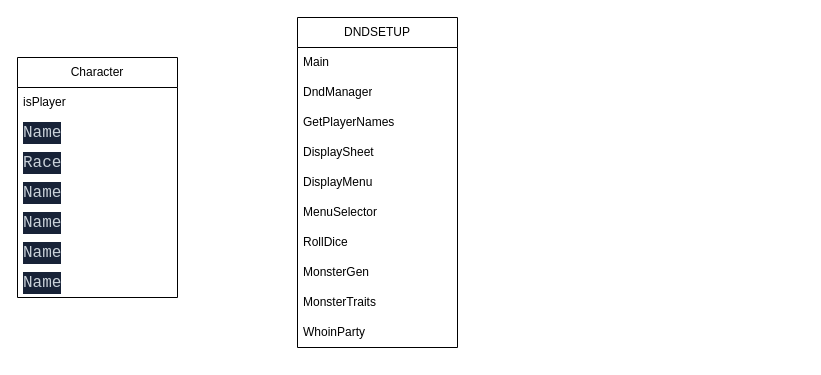
Sediupled/DnD_Setup keeps this draw.io diagram as Untitled Diagram.drawio. Above is the earlier version. Source tidied: cells renumbered, new cells numbered last; positions are measured from the earlier drawing's top-left corner, leaving out a move shared by most shapes. Both pictures are drawn from the tidied source at 100%, with x=0, y=0 at pixel (17, 17).
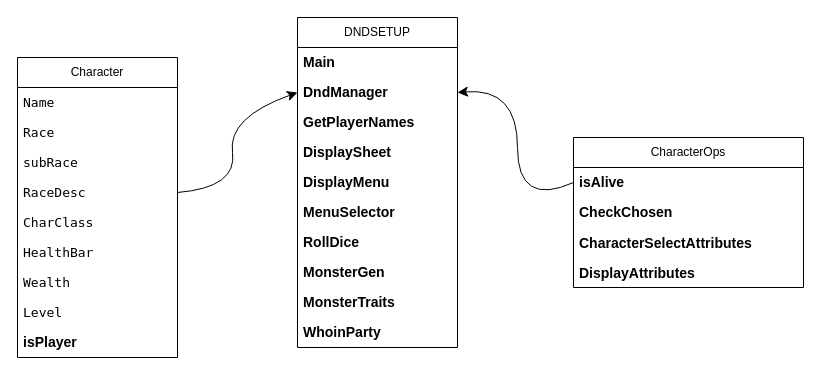
The same page after the edit.

Commit message:
Design Diagram draw.io

Unchanged cells that the change refers to:
```xml
<mxCell id="2" value="DNDSETUP" style="swimlane;fontStyle=0;horizontal=1;startSize=30;whiteSpace=wrap;html=1;" parent="1" vertex="1">
  <mxGeometry x="280" width="160" height="330" as="geometry" />
</mxCell>
```

Change to the diagram source:
```diff
@@
-    <mxCell id="3" value="Main" style="text;strokeColor=none;fillColor=none;align=left;verticalAlign=middle;spacingLeft=4;spacingRight=4;overflow=hidden;whiteSpace=wrap;html=1;" parent="2" vertex="1">
+    <mxCell id="3" value="Main" style="text;strokeColor=none;fillColor=none;align=left;verticalAlign=middle;spacingLeft=4;spacingRight=4;overflow=hidden;whiteSpace=wrap;html=1;fontSize=14;fontStyle=1;" parent="2" vertex="1">
       <mxGeometry y="30" width="160" height="30" as="geometry" />
     </mxCell>
-    <mxCell id="4" value="DndManager" style="text;strokeColor=none;fillColor=none;align=left;verticalAlign=middle;spacingLeft=4;spacingRight=4;overflow=hidden;points=[[0,0.5],[1,0.5]];portConstraint=eastwest;whiteSpace=wrap;html=1;" parent="2" vertex="1">
+    <mxCell id="4" value="DndManager" style="text;strokeColor=none;fillColor=none;align=left;verticalAlign=middle;spacingLeft=4;spacingRight=4;overflow=hidden;points=[[0,0.5],[1,0.5]];portConstraint=eastwest;whiteSpace=wrap;html=1;fontSize=14;fontStyle=1;" parent="2" vertex="1">
       <mxGeometry y="60" width="160" height="30" as="geometry" />
     </mxCell>
-    <mxCell id="5" value="GetPlayerNames" style="text;strokeColor=none;fillColor=none;align=left;verticalAlign=middle;spacingLeft=4;spacingRight=4;overflow=hidden;whiteSpace=wrap;html=1;" parent="2" vertex="1">
+    <mxCell id="5" value="GetPlayerNames" style="text;strokeColor=none;fillColor=none;align=left;verticalAlign=middle;spacingLeft=4;spacingRight=4;overflow=hidden;whiteSpace=wrap;html=1;fontSize=14;fontStyle=1;" parent="2" vertex="1">
       <mxGeometry y="90" width="160" height="30" as="geometry" />
     </mxCell>
-    <mxCell id="6" value="DisplaySheet" style="text;strokeColor=none;fillColor=none;align=left;verticalAlign=middle;spacingLeft=4;spacingRight=4;overflow=hidden;whiteSpace=wrap;html=1;" parent="2" vertex="1">
+    <mxCell id="6" value="DisplaySheet" style="text;strokeColor=none;fillColor=none;align=left;verticalAlign=middle;spacingLeft=4;spacingRight=4;overflow=hidden;whiteSpace=wrap;html=1;fontSize=14;fontStyle=1;" parent="2" vertex="1">
       <mxGeometry y="120" width="160" height="30" as="geometry" />
     </mxCell>
-    <mxCell id="7" value="DisplayMenu" style="text;strokeColor=none;fillColor=none;align=left;verticalAlign=middle;spacingLeft=4;spacingRight=4;overflow=hidden;whiteSpace=wrap;html=1;" parent="2" vertex="1">
+    <mxCell id="7" value="DisplayMenu" style="text;strokeColor=none;fillColor=none;align=left;verticalAlign=middle;spacingLeft=4;spacingRight=4;overflow=hidden;whiteSpace=wrap;html=1;fontSize=14;fontStyle=1;" parent="2" vertex="1">
       <mxGeometry y="150" width="160" height="30" as="geometry" />
     </mxCell>
-    <mxCell id="8" value="MenuSelector" style="text;strokeColor=none;fillColor=none;align=left;verticalAlign=middle;spacingLeft=4;spacingRight=4;overflow=hidden;whiteSpace=wrap;html=1;" parent="2" vertex="1">
+    <mxCell id="8" value="MenuSelector" style="text;strokeColor=none;fillColor=none;align=left;verticalAlign=middle;spacingLeft=4;spacingRight=4;overflow=hidden;whiteSpace=wrap;html=1;fontSize=14;fontStyle=1;" parent="2" vertex="1">
       <mxGeometry y="180" width="160" height="30" as="geometry" />
     </mxCell>
-    <mxCell id="9" value="RollDice" style="text;strokeColor=none;fillColor=none;align=left;verticalAlign=middle;spacingLeft=4;spacingRight=4;overflow=hidden;whiteSpace=wrap;html=1;" parent="2" vertex="1">
+    <mxCell id="9" value="RollDice" style="text;strokeColor=none;fillColor=none;align=left;verticalAlign=middle;spacingLeft=4;spacingRight=4;overflow=hidden;whiteSpace=wrap;html=1;fontSize=14;fontStyle=1;" parent="2" vertex="1">
       <mxGeometry y="210" width="160" height="30" as="geometry" />
     </mxCell>
-    <mxCell id="10" value="MonsterGen" style="text;strokeColor=none;fillColor=none;align=left;verticalAlign=middle;spacingLeft=4;spacingRight=4;overflow=hidden;whiteSpace=wrap;html=1;" parent="2" vertex="1">
+    <mxCell id="10" value="MonsterGen" style="text;strokeColor=none;fillColor=none;align=left;verticalAlign=middle;spacingLeft=4;spacingRight=4;overflow=hidden;whiteSpace=wrap;html=1;fontSize=14;fontStyle=1;" parent="2" vertex="1">
       <mxGeometry y="240" width="160" height="30" as="geometry" />
     </mxCell>
-    <mxCell id="11" value="MonsterTraits" style="text;strokeColor=none;fillColor=none;align=left;verticalAlign=middle;spacingLeft=4;spacingRight=4;overflow=hidden;whiteSpace=wrap;html=1;" parent="2" vertex="1">
+    <mxCell id="11" value="MonsterTraits" style="text;strokeColor=none;fillColor=none;align=left;verticalAlign=middle;spacingLeft=4;spacingRight=4;overflow=hidden;whiteSpace=wrap;html=1;fontSize=14;fontStyle=1;" parent="2" vertex="1">
       <mxGeometry y="270" width="160" height="30" as="geometry" />
     </mxCell>
-    <mxCell id="12" value="WhoinParty" style="text;strokeColor=none;fillColor=none;align=left;verticalAlign=middle;spacingLeft=4;spacingRight=4;overflow=hidden;whiteSpace=wrap;html=1;" parent="2" vertex="1">
+    <mxCell id="12" value="WhoinParty" style="text;strokeColor=none;fillColor=none;align=left;verticalAlign=middle;spacingLeft=4;spacingRight=4;overflow=hidden;whiteSpace=wrap;html=1;fontSize=14;fontStyle=1;" parent="2" vertex="1">
       <mxGeometry y="300" width="160" height="30" as="geometry" />
     </mxCell>
     <mxCell id="13" value="Character" style="swimlane;fontStyle=0;horizontal=1;startSize=30;whiteSpace=wrap;html=1;" parent="1" vertex="1">
-      <mxGeometry y="40" width="160" height="240" as="geometry" />
+      <mxGeometry y="40" width="160" height="300" as="geometry" />
     </mxCell>
-    <mxCell id="14" value="isPlayer" style="text;strokeColor=none;fillColor=none;align=left;verticalAlign=middle;spacingLeft=4;spacingRight=4;overflow=hidden;whiteSpace=wrap;html=1;" parent="13" vertex="1">
-      <mxGeometry y="30" width="160" height="30" as="geometry" />
-    </mxCell>
-    <mxCell id="15" value="&lt;div style=&quot;color: rgb(201, 209, 217); background-color: rgb(23, 34, 55); font-family: Consolas, &amp;quot;Courier New&amp;quot;, monospace; font-size: 16px; line-height: 22px; white-space: pre; --darkreader-inline-color: #cbc6c0; --darkreader-inline-bgcolor: #121b2c;&quot;&gt;Name&lt;/div&gt;" style="text;strokeColor=none;fillColor=none;align=left;verticalAlign=middle;spacingLeft=4;spacingRight=4;overflow=hidden;whiteSpace=wrap;html=1;" parent="13" vertex="1">
-      <mxGeometry y="60" width="160" height="30" as="geometry" />
+    <mxCell id="15" value="&lt;div style=&quot;font-size: 13px; line-height: 22px; white-space: pre; --darkreader-inline-color: #cbc6c0; --darkreader-inline-bgcolor: #121b2c;&quot;&gt;Name&lt;/div&gt;" style="text;strokeColor=none;fillColor=none;align=left;verticalAlign=middle;spacingLeft=4;spacingRight=4;overflow=hidden;whiteSpace=wrap;html=1;fontColor=default;labelBackgroundColor=none;fontFamily=Lucida Console;fontSize=13;" parent="13" vertex="1">
+      <mxGeometry y="30" width="160" height="30" as="geometry" />
     </mxCell>
-    <mxCell id="16" value="&lt;div style=&quot;color: rgb(201, 209, 217); background-color: rgb(23, 34, 55); font-family: Consolas, &amp;quot;Courier New&amp;quot;, monospace; font-size: 16px; line-height: 22px; white-space: pre; --darkreader-inline-color: #cbc6c0; --darkreader-inline-bgcolor: #121b2c;&quot;&gt;Race&lt;/div&gt;" style="text;strokeColor=none;fillColor=none;align=left;verticalAlign=middle;spacingLeft=4;spacingRight=4;overflow=hidden;whiteSpace=wrap;html=1;" parent="13" vertex="1">
-      <mxGeometry y="90" width="160" height="30" as="geometry" />
+    <mxCell id="16" value="&lt;div style=&quot;font-size: 13px; line-height: 22px; white-space: pre; --darkreader-inline-color: #cbc6c0; --darkreader-inline-bgcolor: #121b2c;&quot;&gt;Race&lt;/div&gt;" style="text;strokeColor=none;fillColor=none;align=left;verticalAlign=middle;spacingLeft=4;spacingRight=4;overflow=hidden;whiteSpace=wrap;html=1;fontColor=default;labelBackgroundColor=none;fontFamily=Lucida Console;fontSize=13;" parent="13" vertex="1">
+      <mxGeometry y="60" width="160" height="30" as="geometry" />
     </mxCell>
-    <mxCell id="17" value="&lt;div style=&quot;color: rgb(201, 209, 217); background-color: rgb(23, 34, 55); font-family: Consolas, &amp;quot;Courier New&amp;quot;, monospace; font-size: 16px; line-height: 22px; white-space: pre; --darkreader-inline-color: #cbc6c0; --darkreader-inline-bgcolor: #121b2c;&quot;&gt;Name&lt;/div&gt;" style="text;strokeColor=none;fillColor=none;align=left;verticalAlign=middle;spacingLeft=4;spacingRight=4;overflow=hidden;whiteSpace=wrap;html=1;" parent="13" vertex="1">
-      <mxGeometry y="120" width="160" height="30" as="geometry" />
+    <mxCell id="17" value="&lt;div style=&quot;font-size: 13px; line-height: 22px; white-space: pre; --darkreader-inline-color: #cbc6c0; --darkreader-inline-bgcolor: #121b2c;&quot;&gt;subRace&lt;/div&gt;" style="text;strokeColor=none;fillColor=none;align=left;verticalAlign=middle;spacingLeft=4;spacingRight=4;overflow=hidden;whiteSpace=wrap;html=1;fontColor=default;labelBackgroundColor=none;fontFamily=Lucida Console;fontSize=13;" parent="13" vertex="1">
+      <mxGeometry y="90" width="160" height="30" as="geometry" />
     </mxCell>
-    <mxCell id="18" value="&lt;div style=&quot;color: rgb(201, 209, 217); background-color: rgb(23, 34, 55); font-family: Consolas, &amp;quot;Courier New&amp;quot;, monospace; font-size: 16px; line-height: 22px; white-space: pre; --darkreader-inline-color: #cbc6c0; --darkreader-inline-bgcolor: #121b2c;&quot;&gt;Name&lt;/div&gt;" style="text;strokeColor=none;fillColor=none;align=left;verticalAlign=middle;spacingLeft=4;spacingRight=4;overflow=hidden;points=[[0,0.5],[1,0.5]];portConstraint=eastwest;whiteSpace=wrap;html=1;" parent="13" vertex="1">
-      <mxGeometry y="150" width="160" height="30" as="geometry" />
+    <mxCell id="18" value="&lt;div style=&quot;font-size: 13px; line-height: 22px; white-space: pre; --darkreader-inline-color: #cbc6c0; --darkreader-inline-bgcolor: #121b2c;&quot;&gt;RaceDesc&lt;/div&gt;" style="text;strokeColor=none;fillColor=none;align=left;verticalAlign=middle;spacingLeft=4;spacingRight=4;overflow=hidden;points=[[0,0.5],[1,0.5]];portConstraint=eastwest;whiteSpace=wrap;html=1;fontColor=default;labelBackgroundColor=none;fontFamily=Lucida Console;fontSize=13;" parent="13" vertex="1">
+      <mxGeometry y="120" width="160" height="30" as="geometry" />
     </mxCell>
-    <mxCell id="19" value="&lt;div style=&quot;color: rgb(201, 209, 217); background-color: rgb(23, 34, 55); font-family: Consolas, &amp;quot;Courier New&amp;quot;, monospace; font-size: 16px; line-height: 22px; white-space: pre; --darkreader-inline-color: #cbc6c0; --darkreader-inline-bgcolor: #121b2c;&quot;&gt;Name&lt;/div&gt;" style="text;strokeColor=none;fillColor=none;align=left;verticalAlign=middle;spacingLeft=4;spacingRight=4;overflow=hidden;whiteSpace=wrap;html=1;" parent="13" vertex="1">
-      <mxGeometry y="180" width="160" height="30" as="geometry" />
+    <mxCell id="19" value="&lt;div style=&quot;font-size: 13px; line-height: 22px; white-space: pre; --darkreader-inline-color: #cbc6c0; --darkreader-inline-bgcolor: #121b2c;&quot;&gt;CharClass&lt;/div&gt;" style="text;strokeColor=none;fillColor=none;align=left;verticalAlign=middle;spacingLeft=4;spacingRight=4;overflow=hidden;whiteSpace=wrap;html=1;fontColor=default;labelBackgroundColor=none;fontFamily=Lucida Console;fontSize=13;" parent="13" vertex="1">
+      <mxGeometry y="150" width="160" height="30" as="geometry" />
     </mxCell>
+    <mxCell id="21" value="&lt;div style=&quot;font-size: 13px; line-height: 22px; white-space: pre; --darkreader-inline-color: #cbc6c0; --darkreader-inline-bgcolor: #121b2c;&quot;&gt;HealthBar&lt;/div&gt;" style="text;strokeColor=none;fillColor=none;align=left;verticalAlign=middle;spacingLeft=4;spacingRight=4;overflow=hidden;whiteSpace=wrap;html=1;fontColor=default;labelBackgroundColor=none;fontFamily=Lucida Console;fontSize=13;" parent="13" vertex="1">
+      <mxGeometry y="180" width="160" height="30" as="geometry" />
+    </mxCell>
+    <mxCell id="22" value="&lt;div style=&quot;font-size: 13px; line-height: 22px; white-space: pre; --darkreader-inline-color: #cbc6c0; --darkreader-inline-bgcolor: #121b2c;&quot;&gt;Wealth&lt;/div&gt;" style="text;strokeColor=none;fillColor=none;align=left;verticalAlign=middle;spacingLeft=4;spacingRight=4;overflow=hidden;whiteSpace=wrap;html=1;fontColor=default;labelBackgroundColor=none;fontFamily=Lucida Console;fontSize=13;" parent="13" vertex="1">
+      <mxGeometry y="210" width="160" height="30" as="geometry" />
+    </mxCell>
-    <mxCell id="20" value="&lt;div style=&quot;color: rgb(201, 209, 217); background-color: rgb(23, 34, 55); font-family: Consolas, &amp;quot;Courier New&amp;quot;, monospace; font-size: 16px; line-height: 22px; white-space: pre; --darkreader-inline-color: #cbc6c0; --darkreader-inline-bgcolor: #121b2c;&quot;&gt;Name&lt;/div&gt;" style="text;strokeColor=none;fillColor=none;align=left;verticalAlign=middle;spacingLeft=4;spacingRight=4;overflow=hidden;whiteSpace=wrap;html=1;" parent="13" vertex="1">
-      <mxGeometry y="210" width="160" height="30" as="geometry" />
+    <mxCell id="20" value="&lt;div style=&quot;font-size: 13px; line-height: 22px; white-space: pre; --darkreader-inline-color: #cbc6c0; --darkreader-inline-bgcolor: #121b2c;&quot;&gt;Level&lt;/div&gt;" style="text;strokeColor=none;fillColor=none;align=left;verticalAlign=middle;spacingLeft=4;spacingRight=4;overflow=hidden;whiteSpace=wrap;html=1;fontColor=default;labelBackgroundColor=none;fontFamily=Lucida Console;fontSize=13;" parent="13" vertex="1">
+      <mxGeometry y="240" width="160" height="30" as="geometry" />
     </mxCell>
+    <mxCell id="14" value="isPlayer" style="text;strokeColor=none;fillColor=none;align=left;verticalAlign=middle;spacingLeft=4;spacingRight=4;overflow=hidden;whiteSpace=wrap;html=1;fontSize=14;fontStyle=1;" parent="13" vertex="1">
+      <mxGeometry y="270" width="160" height="30" as="geometry" />
+    </mxCell>
+    <mxCell id="23" style="edgeStyle=none;curved=1;rounded=0;jettySize=auto;html=1;exitX=1;exitY=0.5;exitDx=0;exitDy=0;entryX=0;entryY=0.5;entryDx=0;entryDy=0;fontSize=12;startSize=8;endSize=8;" parent="1" edge="1" source="18" target="4">
+      <mxGeometry relative="1" as="geometry">
+        <Array as="points">
+          <mxPoint x="220" y="170" />
+          <mxPoint x="210" y="100" />
+        </Array>
+      </mxGeometry>
+    </mxCell>
+    <mxCell id="24" value="CharacterOps" style="swimlane;fontStyle=0;horizontal=1;startSize=30;whiteSpace=wrap;html=1;" parent="1" vertex="1">
+      <mxGeometry x="556" y="120" width="230" height="150" as="geometry" />
+    </mxCell>
+    <mxCell id="25" value="isAlive" style="text;strokeColor=none;fillColor=none;align=left;verticalAlign=middle;spacingLeft=4;spacingRight=4;overflow=hidden;points=[[0,0.5],[1,0.5]];portConstraint=eastwest;whiteSpace=wrap;html=1;fontSize=14;fontStyle=1;" parent="24" vertex="1">
+      <mxGeometry y="30" width="230" height="30" as="geometry" />
+    </mxCell>
+    <mxCell id="26" value="CheckChosen" style="text;strokeColor=none;fillColor=none;align=left;verticalAlign=middle;spacingLeft=4;spacingRight=4;overflow=hidden;whiteSpace=wrap;html=1;fontSize=14;fontStyle=1;" parent="24" vertex="1">
+      <mxGeometry y="60" width="230" height="30" as="geometry" />
+    </mxCell>
+    <mxCell id="27" value="&lt;div style=&quot;font-size: 14px; line-height: 22px; white-space: pre;&quot;&gt;&lt;span style=&quot;font-size: 14px;&quot;&gt;CharacterSelectAttributes&lt;/span&gt;&lt;/div&gt;" style="text;strokeColor=none;fillColor=none;align=left;verticalAlign=middle;spacingLeft=4;spacingRight=4;overflow=hidden;whiteSpace=wrap;html=1;fontSize=14;fontStyle=1;fontFamily=Helvetica;labelBackgroundColor=none;fontColor=#000000;" parent="24" vertex="1">
+      <mxGeometry y="90" width="230" height="30" as="geometry" />
+    </mxCell>
+    <mxCell id="28" value="&lt;div style=&quot;font-size: 14px; line-height: 22px; white-space: pre;&quot;&gt;&lt;span style=&quot;font-size: 14px;&quot;&gt;DisplayAttributes&lt;/span&gt;&lt;/div&gt;" style="text;strokeColor=none;fillColor=none;align=left;verticalAlign=middle;spacingLeft=4;spacingRight=4;overflow=hidden;whiteSpace=wrap;html=1;fontSize=14;fontStyle=1;fontFamily=Helvetica;labelBackgroundColor=none;fontColor=#000000;" parent="24" vertex="1">
+      <mxGeometry y="120" width="230" height="30" as="geometry" />
+    </mxCell>
+    <mxCell id="29" style="edgeStyle=none;curved=1;rounded=0;jettySize=auto;html=1;exitX=0;exitY=0.5;exitDx=0;exitDy=0;entryX=1;entryY=0.5;entryDx=0;entryDy=0;fontSize=12;startSize=8;endSize=8;" parent="1" edge="1" source="25" target="4">
+      <mxGeometry relative="1" as="geometry">
+        <Array as="points">
+          <mxPoint x="500" y="190" />
+          <mxPoint x="500" y="70" />
+        </Array>
+      </mxGeometry>
+    </mxCell>
```
